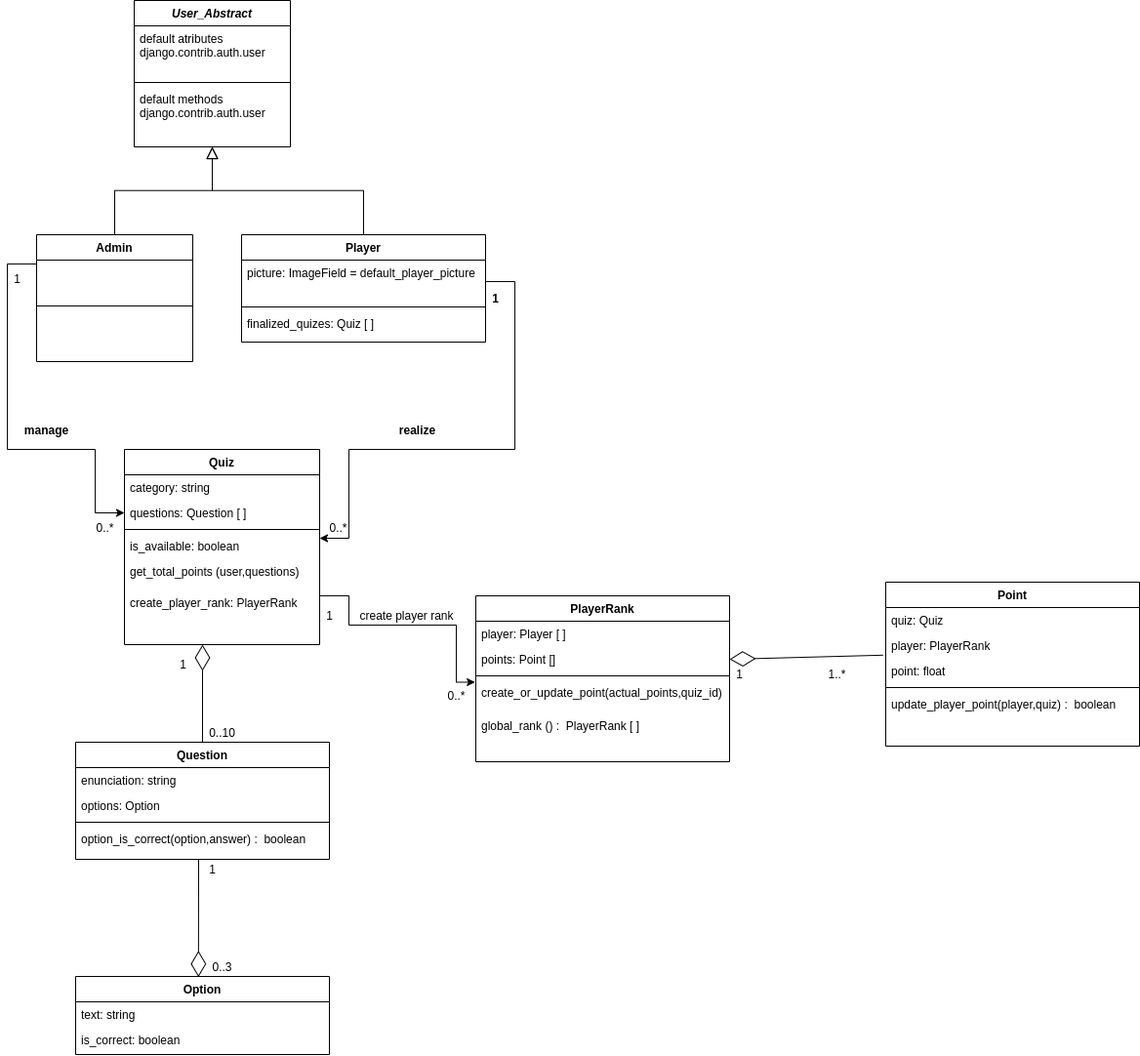
Above: class_diagram.png in valora-org/desafio-backend (draw.io), before the change. Source tidied: cells renumbered, new cells last; positions are measured from the earlier drawing's top-left corner, leaving out a move shared by most shapes.
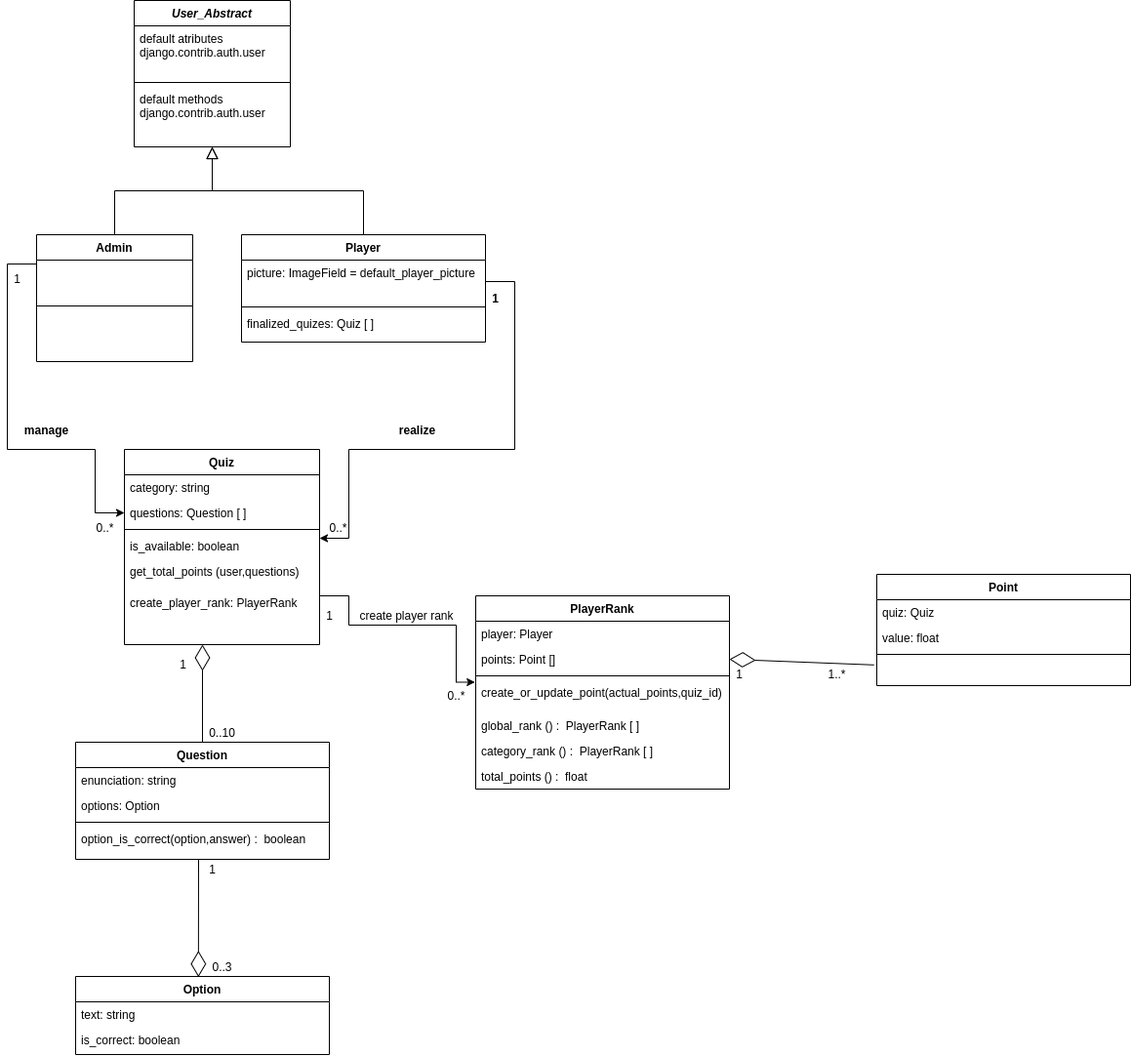
The same diagram one commit later.

What changed in the source:
```diff
@@ -135,9 +135,9 @@
       <mxGeometry x="200" y="740" width="40" height="20" as="geometry" />
     </mxCell>
     <mxCell id="38" value="PlayerRank" style="swimlane;fontStyle=1;align=center;verticalAlign=top;horizontal=1;startSize=26;rounded=0;shadow=0;strokeWidth=1;" parent="1" vertex="1">
-      <mxGeometry x="480" y="610" width="260" height="170" as="geometry" />
+      <mxGeometry x="480" y="610" width="260" height="198" as="geometry" />
     </mxCell>
-    <mxCell id="39" value="player: Player [ ]" style="text;align=left;verticalAlign=top;spacingLeft=4;spacingRight=4;overflow=hidden;" parent="38" vertex="1">
+    <mxCell id="39" value="player: Player " style="text;align=left;verticalAlign=top;spacingLeft=4;spacingRight=4;overflow=hidden;" parent="38" vertex="1">
       <mxGeometry y="26" width="260" height="26" as="geometry" />
     </mxCell>
     <mxCell id="40" value="points: Point []" style="text;align=left;verticalAlign=top;spacingLeft=4;spacingRight=4;overflow=hidden;points=[[0,0.5],[1,0.5]];portConstraint=eastwest;" parent="38" vertex="1">
@@ -152,6 +152,12 @@
     <mxCell id="43" value="global_rank () :  PlayerRank [ ]" style="text;align=left;verticalAlign=top;spacingLeft=4;spacingRight=4;overflow=hidden;" parent="38" vertex="1">
       <mxGeometry y="120" width="260" height="26" as="geometry" />
     </mxCell>
+    <mxCell id="62" value="category_rank () :  PlayerRank [ ]" style="text;align=left;verticalAlign=top;spacingLeft=4;spacingRight=4;overflow=hidden;" parent="38" vertex="1">
+      <mxGeometry y="146" width="260" height="26" as="geometry" />
+    </mxCell>
+    <mxCell id="63" value="total_points () :  float" style="text;align=left;verticalAlign=top;spacingLeft=4;spacingRight=4;overflow=hidden;" parent="38" vertex="1">
+      <mxGeometry y="172" width="260" height="26" as="geometry" />
+    </mxCell>
     <mxCell id="44" value="create player rank" style="text;html=1;align=center;verticalAlign=middle;strokeColor=none;fillColor=none;" parent="1" vertex="1">
       <mxGeometry x="354" y="620" width="110" height="20" as="geometry" />
     </mxCell>
@@ -162,25 +168,21 @@
       <mxGeometry x="445" y="702" width="30" height="20" as="geometry" />
     </mxCell>
     <mxCell id="47" value="Point" style="swimlane;fontStyle=1;align=center;verticalAlign=top;horizontal=1;startSize=26;rounded=0;shadow=0;strokeWidth=1;" parent="1" vertex="1">
-      <mxGeometry x="900" y="596" width="260" height="168" as="geometry" />
+      <mxGeometry x="891" y="588" width="260" height="114" as="geometry" />
     </mxCell>
     <mxCell id="48" value="quiz: Quiz" style="text;align=left;verticalAlign=top;spacingLeft=4;spacingRight=4;overflow=hidden;" parent="47" vertex="1">
       <mxGeometry y="26" width="260" height="26" as="geometry" />
     </mxCell>
-    <mxCell id="49" value="player: PlayerRank" style="text;align=left;verticalAlign=top;spacingLeft=4;spacingRight=4;overflow=hidden;points=[[0,0.5],[1,0.5]];portConstraint=eastwest;" parent="47" vertex="1">
-      <mxGeometry y="52" width="260" height="26" as="geometry" />
-    </mxCell>
-    <mxCell id="50" value="point: float" style="text;align=left;verticalAlign=top;spacingLeft=4;spacingRight=4;overflow=hidden;" parent="47" vertex="1">
-      <mxGeometry y="78" width="260" height="26" as="geometry" />
+    <mxCell id="50" value="value: float" style="text;align=left;verticalAlign=top;spacingLeft=4;spacingRight=4;overflow=hidden;" parent="47" vertex="1">
+      <mxGeometry y="52" width="260" height="26" as="geometry" />
     </mxCell>
     <mxCell id="51" style="line;html=1;strokeWidth=1;align=left;verticalAlign=middle;spacingTop=-1;spacingLeft=3;spacingRight=3;labelPosition=right;" parent="47" vertex="1">
-      <mxGeometry y="104" width="260" height="8" as="geometry" />
+      <mxGeometry y="78" width="260" height="8" as="geometry" />
     </mxCell>
-    <mxCell id="52" value="update_player_point(player,quiz) :  boolean" style="text;align=left;verticalAlign=top;spacingLeft=4;spacingRight=4;overflow=hidden;" parent="47" vertex="1">
-      <mxGeometry y="112" width="260" height="26" as="geometry" />
-    </mxCell>
-    <mxCell id="53" style="endArrow=diamondThin;endFill=0;endSize=24;html=1;rounded=0;entryX=1;entryY=0.5;entryDx=0;entryDy=0;exitX=-0.011;exitY=0.877;exitDx=0;exitDy=0;exitPerimeter=0;" parent="1" edge="1" source="49" target="40">
-      <mxGeometry relative="1" as="geometry" />
+    <mxCell id="53" style="endArrow=diamondThin;endFill=0;endSize=24;html=1;rounded=0;entryX=1;entryY=0.5;entryDx=0;entryDy=0;exitX=-0.011;exitY=0.877;exitDx=0;exitDy=0;exitPerimeter=0;" parent="1" edge="1" target="40">
+      <mxGeometry relative="1" as="geometry">
+        <mxPoint x="888.1" y="680.8" as="sourcePoint" />
+      </mxGeometry>
     </mxCell>
     <mxCell id="54" value="1" style="text;html=1;align=center;verticalAlign=middle;strokeColor=none;fillColor=none;" parent="1" vertex="1">
       <mxGeometry x="740" y="680" width="20" height="20" as="geometry" />
```
